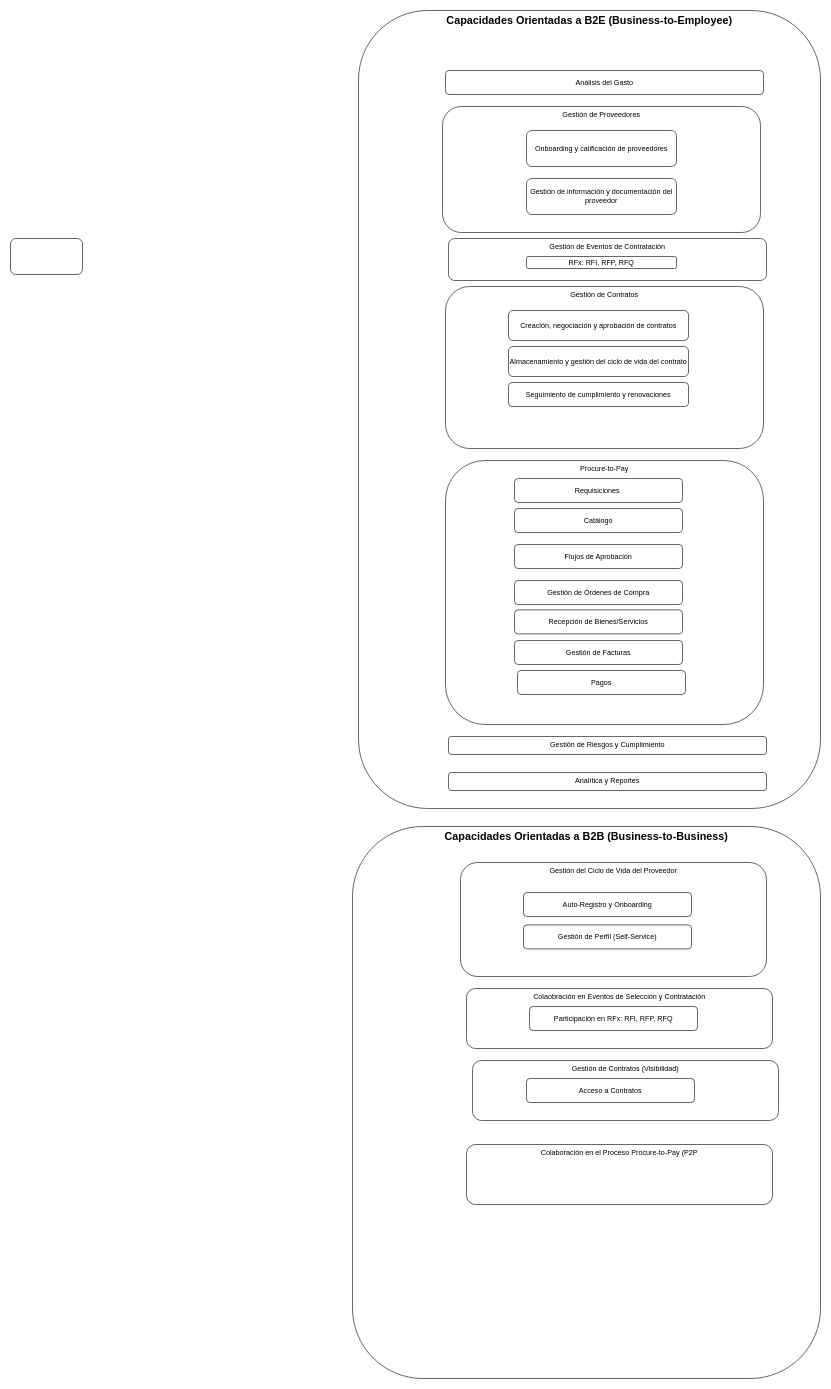
The draw.io diagram page "Page-3" (3 of 3) of Procurement chain.drawio in carlosvalderrama1204/diagrams, before the edit. Source tidied: cells renumbered, new cells numbered last; positions are measured from the earlier drawing's top-left corner, leaving out a move shared by most shapes. Both pictures are drawn from the tidied source at 60%, with x=0, y=0 at pixel (10, 10).
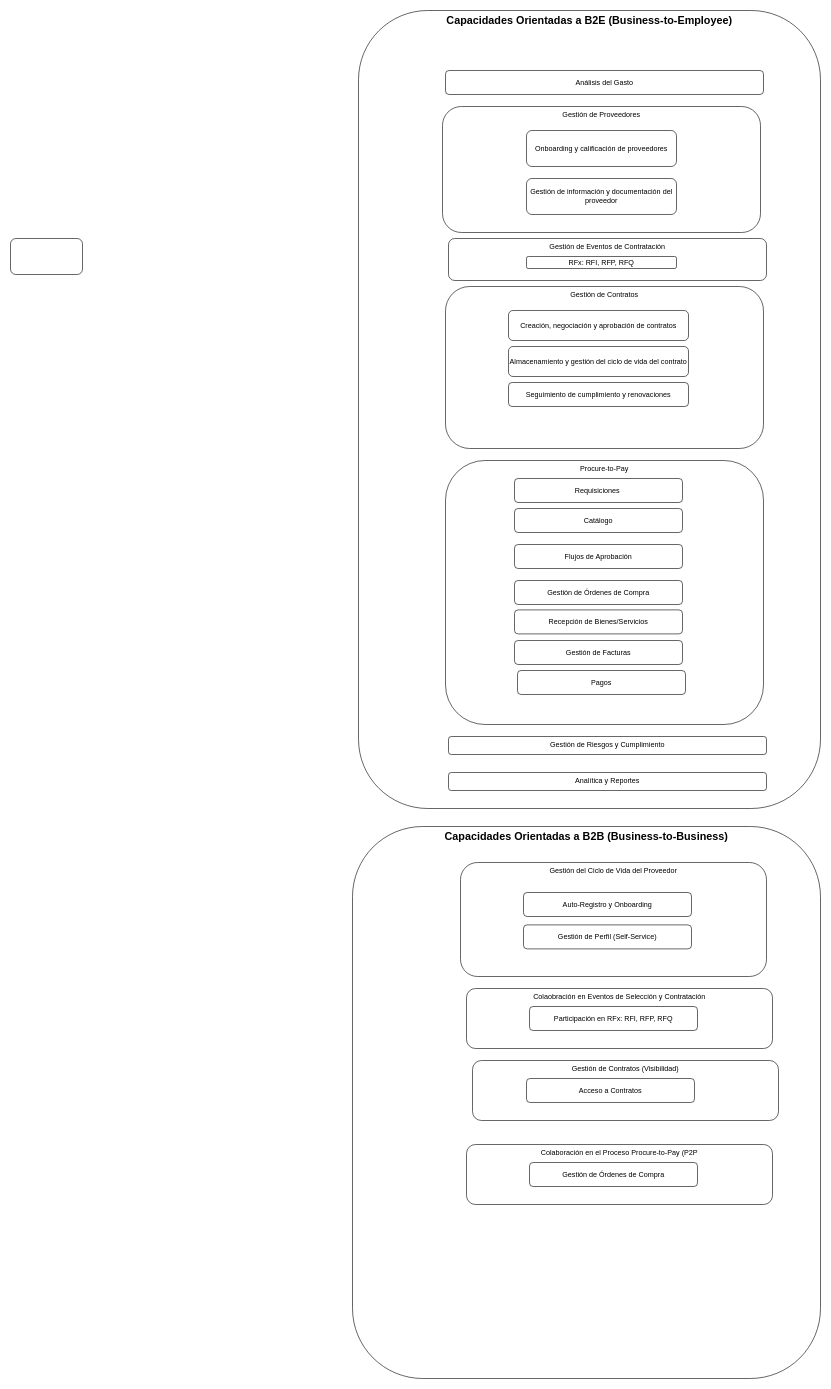
The same diagram, later.

What changed in the source:
```diff
@@
+    <mxCell id="33" value="Gestión de Órdenes de Compra" style="rounded=1;whiteSpace=wrap;html=1;" parent="1" vertex="1">
+      <mxGeometry x="865" y="1920" width="280" height="40" as="geometry" />
+    </mxCell>
```
